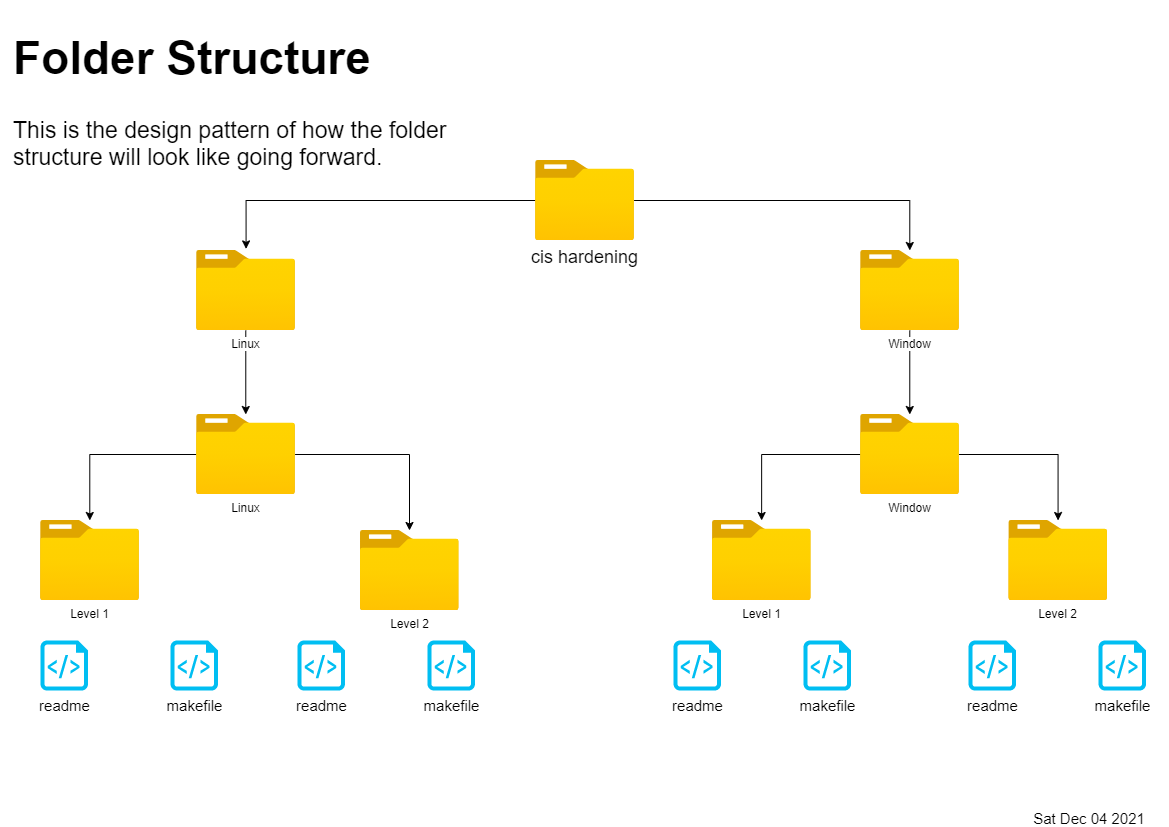
The draw.io diagram cis hardening/.assets/Folder Structure.drawio.png in djdta/Service-Registry, before a commit. Source tidied: cells renumbered, new cells last; positions are measured from the earlier drawing's top-left corner, leaving out a move shared by most shapes.
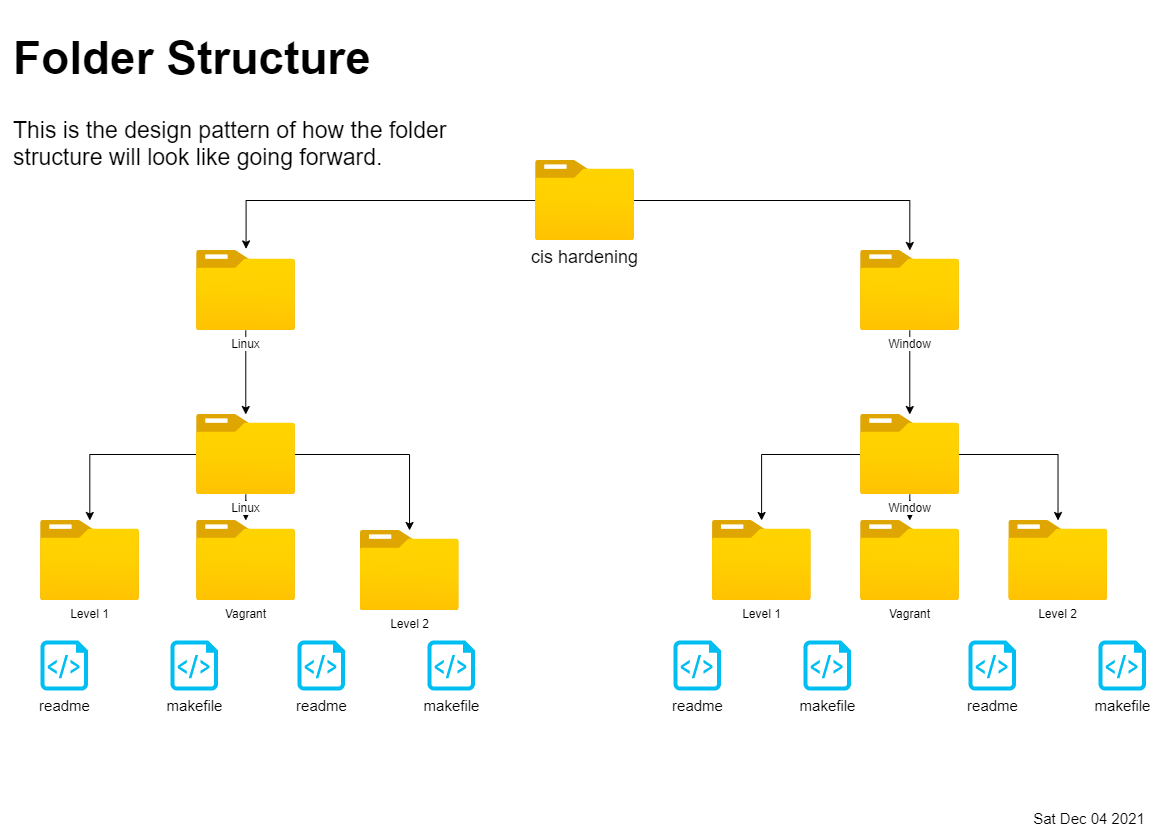
Later version of the same file.

Commit message:
update to design to add vagrant

The edit, as a diff of the source:
```diff
@@ -73,6 +73,9 @@
     <mxCell id="24" style="edgeStyle=orthogonalEdgeStyle;rounded=0;jettySize=auto;html=1;fontSize=15;fontColor=default;" parent="1" edge="1" source="25" target="9">
       <mxGeometry relative="1" as="geometry" />
     </mxCell>
+    <mxCell id="29" style="edgeStyle=orthogonalEdgeStyle;rounded=0;jettySize=auto;html=1;fontSize=15;fontColor=default;" parent="1" edge="1" source="25" target="31">
+      <mxGeometry relative="1" as="geometry" />
+    </mxCell>
     <mxCell id="25" value="Linux" style="html=1;points=[];align=center;image;fontSize=12;image=img/lib/azure2/general/Folder_Blank.svg;strokeWidth=1;imageBorder=none;" parent="1" vertex="1">
       <mxGeometry x="188" y="404" width="98.6" height="80" as="geometry" />
     </mxCell>
@@ -82,8 +85,17 @@
     <mxCell id="27" style="edgeStyle=orthogonalEdgeStyle;rounded=0;jettySize=auto;html=1;fontSize=15;fontColor=default;" parent="1" edge="1" source="28" target="13">
       <mxGeometry relative="1" as="geometry" />
     </mxCell>
+    <mxCell id="30" style="edgeStyle=orthogonalEdgeStyle;rounded=0;jettySize=auto;html=1;fontSize=15;fontColor=default;" parent="1" edge="1" source="28" target="32">
+      <mxGeometry relative="1" as="geometry" />
+    </mxCell>
     <mxCell id="28" value="Window" style="html=1;points=[];align=center;image;fontSize=12;image=img/lib/azure2/general/Folder_Blank.svg;strokeWidth=1;imageBorder=none;" parent="1" vertex="1">
       <mxGeometry x="852" y="404" width="98.6" height="80" as="geometry" />
     </mxCell>
+    <mxCell id="31" value="Vagrant" style="html=1;points=[];align=center;image;fontSize=12;image=img/lib/azure2/general/Folder_Blank.svg;strokeWidth=1;imageBorder=none;" parent="1" vertex="1">
+      <mxGeometry x="188" y="510" width="98.6" height="80" as="geometry" />
+    </mxCell>
+    <mxCell id="32" value="Vagrant" style="html=1;points=[];align=center;image;fontSize=12;image=img/lib/azure2/general/Folder_Blank.svg;strokeWidth=1;imageBorder=none;" parent="1" vertex="1">
+      <mxGeometry x="852" y="510" width="98.6" height="80" as="geometry" />
+    </mxCell>
   </root>
 </mxGraphModel>
```
